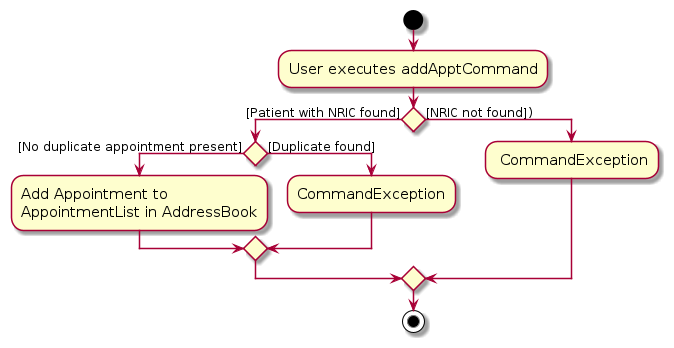
Above: diagrams/AddApptActivityDiagram.png in AY2324S2-CS2103T-F10-3/tp (PlantUML), before the change. Its source is kept beside it as diagrams/AddApptActivityDiagram.puml. Its diagram source:
```plantuml
@startuml
skin rose
skinparam ActivityFontSize 15
skinparam ArrowFontSize 12
start
:User executes addApptCommand;


if () then ([Patient with NRIC found])
    if () then ([No duplicate appointment present])
        :Add Appointment to
        AppointmentList in AddressBook;
    else ([Duplicate found])
        :CommandException;
    endif
else ([NRIC not found]))
    : CommandException;
endif
stop
@enduml
```
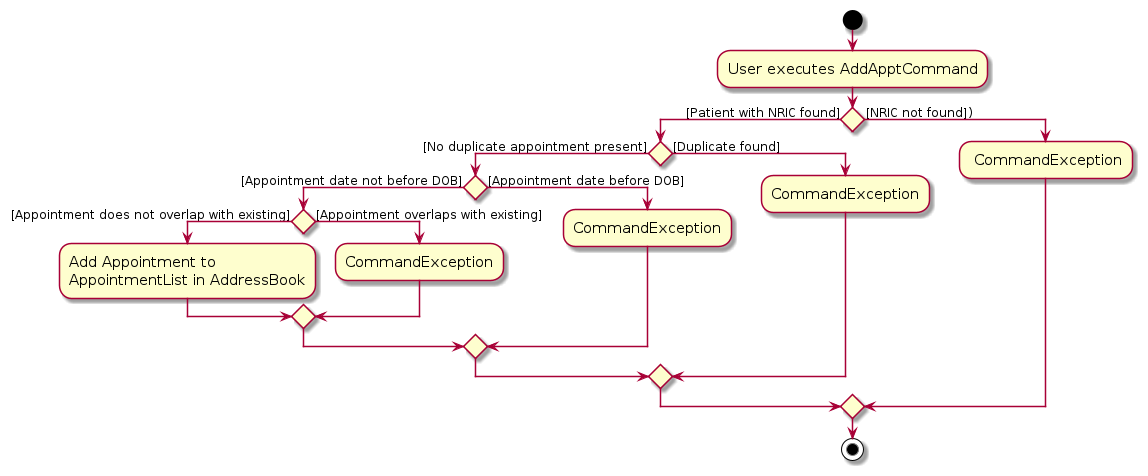
Above is the later version.

The edit, as a diff of the source:
```diff
@@ -3,13 +3,21 @@
 skinparam ActivityFontSize 15
 skinparam ArrowFontSize 12
 start
-:User executes addApptCommand;
+:User executes AddApptCommand;
 
 
 if () then ([Patient with NRIC found])
     if () then ([No duplicate appointment present])
-        :Add Appointment to
-        AppointmentList in AddressBook;
+        if () then ([Appointment date not before DOB])
+            if () then ([Appointment does not overlap with existing])
+                :Add Appointment to
+                AppointmentList in AddressBook;
+            else ([Appointment overlaps with existing])
+                :CommandException;
+            endif
+        else ([Appointment date before DOB])
+            :CommandException;
+        endif
     else ([Duplicate found])
         :CommandException;
     endif
```
